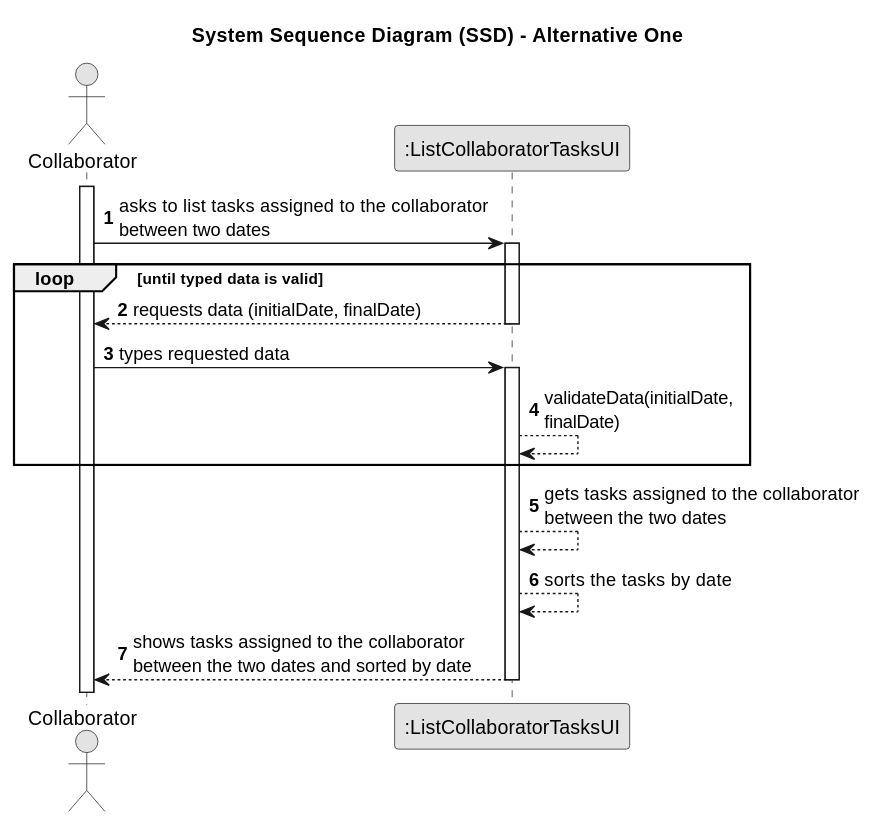
Rui-San/LAPR2_2023_2024 keeps this PlantUML diagram as docs/sprintC/us028/01.requirements-engineering/svg/us028-system-sequence-diagram.svg. Above is the earlier version. The source it was exported from:
```plantuml
@startuml
skinparam monochrome true
skinparam packageStyle rectangle
skinparam shadowing false

title System Sequence Diagram (SSD) - Alternative One

autonumber

actor "Collaborator" as Collaborator
participant ":ListCollaboratorTasksUI" as UI

activate Collaborator

    Collaborator -> UI : asks to list tasks assigned to the collaborator\nbetween two dates
    activate UI

loop until typed data is valid
        UI --> Collaborator : requests data (initialDate, finalDate)
    deactivate UI

    Collaborator -> UI : types requested data
    activate UI
        UI --> UI : validateData(initialDate,\nfinalDate)
end loop
        UI --> UI: gets tasks assigned to the collaborator\nbetween the two dates
        UI--> UI: sorts the tasks by date
        UI --> Collaborator : shows tasks assigned to the collaborator\nbetween the two dates and sorted by date
    deactivate UI
@enduml
```
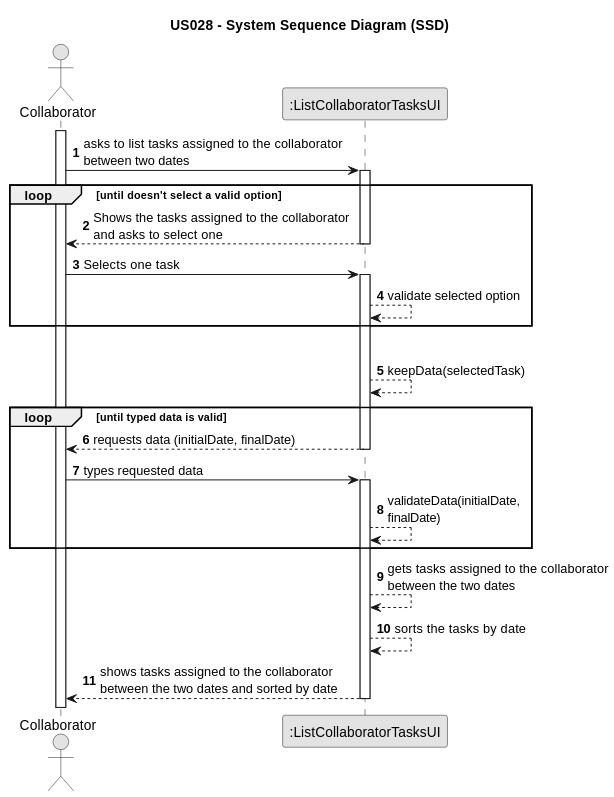
Above is the later version.

Diff of the diagram source:
```diff
@@ -3,7 +3,7 @@
 skinparam packageStyle rectangle
 skinparam shadowing false
 
-title System Sequence Diagram (SSD) - Alternative One
+title US028 - System Sequence Diagram (SSD)
 
 autonumber
 
@@ -14,6 +14,17 @@
 
     Collaborator -> UI : asks to list tasks assigned to the collaborator\nbetween two dates
     activate UI
+
+    loop until doesn't select a valid option
+            UI --> Collaborator : Shows the tasks assigned to the collaborator \nand asks to select one
+        deactivate UI
+
+        Collaborator -> UI : Selects one task
+        activate UI
+            UI --> UI : validate selected option
+    end loop
+    |||
+            UI --> UI: keepData(selectedTask)
 
 loop until typed data is valid
         UI --> Collaborator : requests data (initialDate, finalDate)
```
